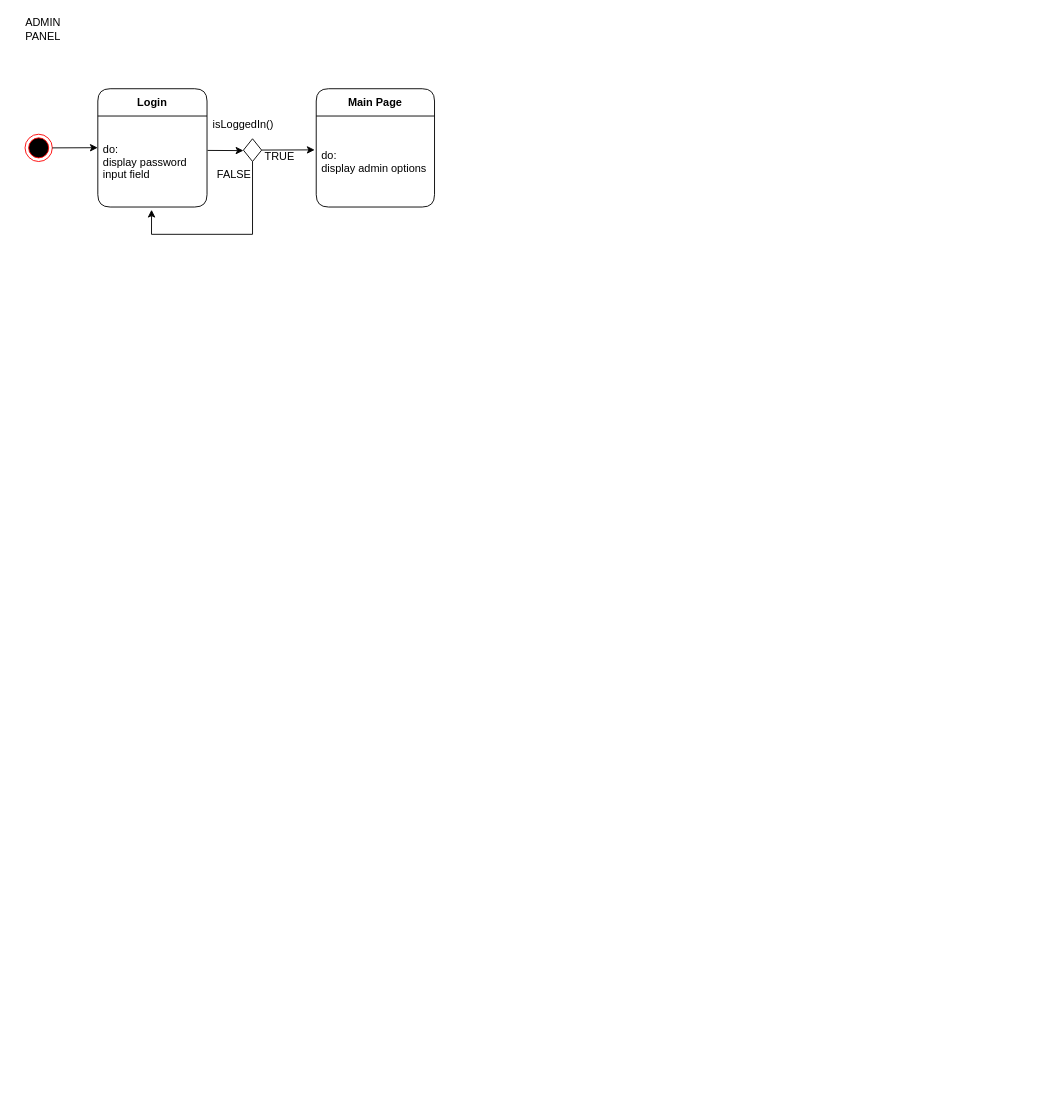
The draw.io diagram TypeRacerAdminState.drawio in muratcanakcay/PW-SE1-TypeRacer, before the edit. Source tidied: cells renumbered, new cells numbered last; positions are measured from the earlier drawing's top-left corner, leaving out a move shared by most shapes. Both pictures are drawn from the tidied source at 91%, with x=0, y=0 at pixel (15, 15).
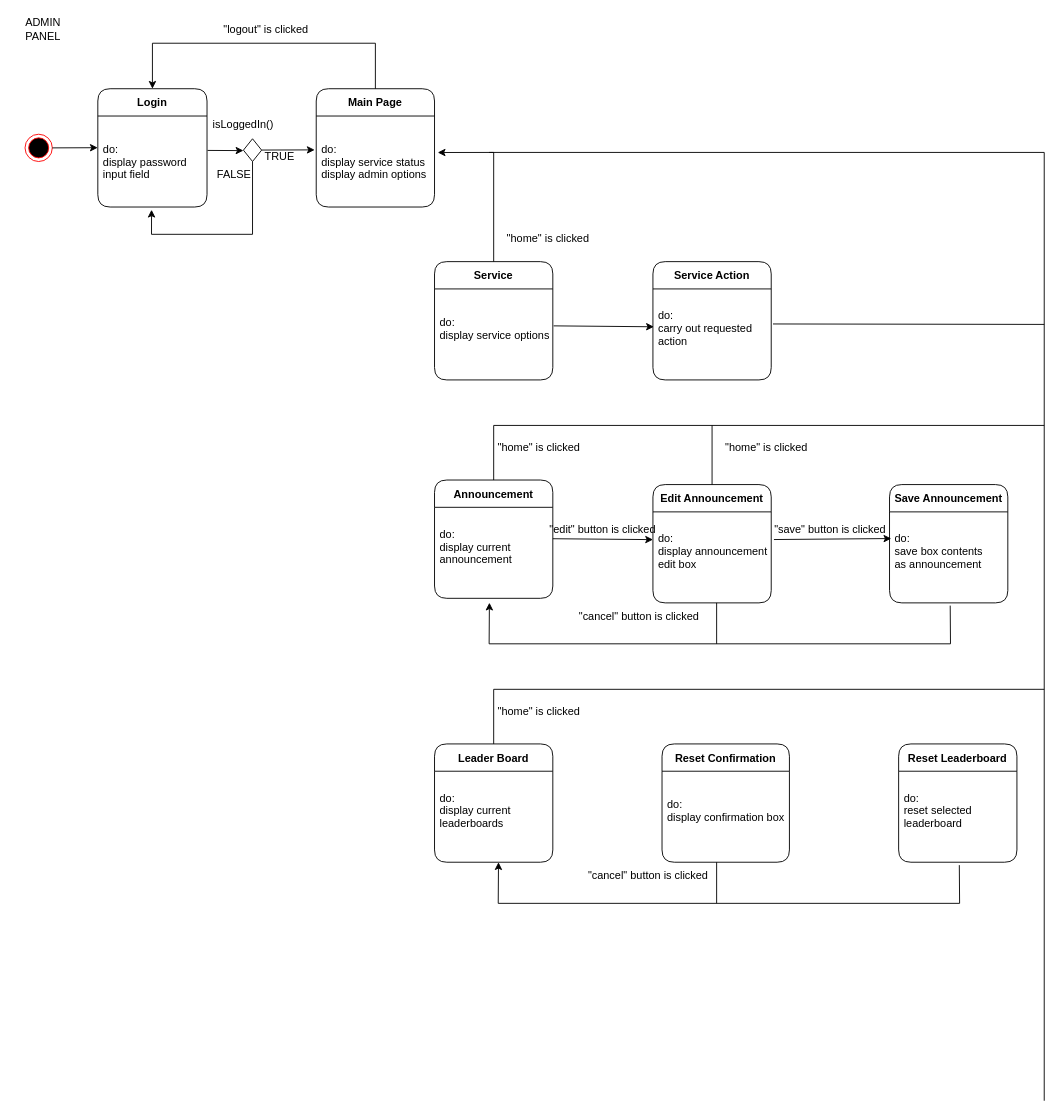
The same page after the edit.

The change refers to these unchanged cells:
```xml
<mxCell id="3" value="Login" style="swimlane;fontStyle=1;horizontal=1;startSize=30;rounded=1;" parent="1" vertex="1">
  <mxGeometry x="90" y="80" width="120" height="130" as="geometry" />
</mxCell>
<mxCell id="7" value="Main Page" style="swimlane;fontStyle=1;horizontal=1;startSize=30;rounded=1;" parent="1" vertex="1">
  <mxGeometry x="330" y="80" width="130" height="130" as="geometry" />
</mxCell>
```

Change to the diagram source:
```diff
@@
-    <mxCell id="8" value="do: &#10;display admin options" style="text;strokeColor=none;fillColor=none;align=left;verticalAlign=middle;spacingLeft=4;spacingRight=4;overflow=hidden;points=[[0,0.5],[1,0.5]];portConstraint=eastwest;" parent="7" vertex="1">
+    <mxCell id="8" value="do:&#10;display service status &#10;display admin options" style="text;strokeColor=none;fillColor=none;align=left;verticalAlign=middle;spacingLeft=4;spacingRight=4;overflow=hidden;points=[[0,0.5],[1,0.5]];portConstraint=eastwest;" parent="7" vertex="1">
       <mxGeometry y="30" width="130" height="100" as="geometry" />
     </mxCell>
@@
+    <mxCell id="16" value="Service" style="swimlane;fontStyle=1;horizontal=1;startSize=30;rounded=1;" parent="1" vertex="1">
+      <mxGeometry x="460" y="270" width="130" height="130" as="geometry" />
+    </mxCell>
+    <mxCell id="17" value="do:&#10;display service options&#10;" style="text;strokeColor=none;fillColor=none;align=left;verticalAlign=middle;spacingLeft=4;spacingRight=4;overflow=hidden;points=[[0,0.5],[1,0.5]];portConstraint=eastwest;" parent="16" vertex="1">
+      <mxGeometry y="30" width="130" height="100" as="geometry" />
+    </mxCell>
+    <mxCell id="18" style="endArrow=classic;html=1;rounded=0;exitX=0.5;exitY=0;exitDx=0;exitDy=0;entryX=0.5;entryY=0;entryDx=0;entryDy=0;" parent="1" edge="1" source="7" target="3">
+      <mxGeometry relative="1" as="geometry">
+        <Array as="points">
+          <mxPoint x="395" y="30" />
+          <mxPoint x="150" y="30" />
+        </Array>
+      </mxGeometry>
+    </mxCell>
+    <mxCell id="19" value="&quot;logout&quot; is clicked" style="text;html=1;strokeColor=none;fillColor=none;align=center;verticalAlign=middle;whiteSpace=wrap;rounded=0;" parent="1" vertex="1">
+      <mxGeometry x="190" width="170" height="30" as="geometry" />
+    </mxCell>
+    <mxCell id="20" value="Service Action" style="swimlane;fontStyle=1;horizontal=1;startSize=30;rounded=1;" parent="1" vertex="1">
+      <mxGeometry x="700" y="270" width="130" height="130" as="geometry" />
+    </mxCell>
+    <mxCell id="21" value="do:&#10;carry out requested &#10;action&#10;" style="text;strokeColor=none;fillColor=none;align=left;verticalAlign=middle;spacingLeft=4;spacingRight=4;overflow=hidden;points=[[0,0.5],[1,0.5]];portConstraint=eastwest;" parent="20" vertex="1">
+      <mxGeometry y="30" width="130" height="100" as="geometry" />
+    </mxCell>
+    <mxCell id="22" style="endArrow=classic;html=1;rounded=0;exitX=1.007;exitY=0.406;exitDx=0;exitDy=0;exitPerimeter=0;entryX=0.008;entryY=0.416;entryDx=0;entryDy=0;entryPerimeter=0;" parent="1" edge="1" source="17" target="21">
+      <mxGeometry relative="1" as="geometry" />
+    </mxCell>
+    <mxCell id="23" value="&quot;edit&quot; button is clicked" style="text;html=1;strokeColor=none;fillColor=none;align=center;verticalAlign=middle;whiteSpace=wrap;rounded=0;" parent="1" vertex="1">
+      <mxGeometry x="560" y="550" width="170" height="30" as="geometry" />
+    </mxCell>
+    <mxCell id="24" value="&quot;home&quot; is clicked" style="text;html=1;strokeColor=none;fillColor=none;align=center;verticalAlign=middle;whiteSpace=wrap;rounded=0;" parent="1" vertex="1">
+      <mxGeometry x="500" y="230" width="170" height="30" as="geometry" />
+    </mxCell>
+    <mxCell id="25" style="endArrow=classic;html=1;rounded=0;exitX=0.5;exitY=0;exitDx=0;exitDy=0;entryX=1.027;entryY=0.401;entryDx=0;entryDy=0;entryPerimeter=0;" parent="1" edge="1" source="16" target="8">
+      <mxGeometry relative="1" as="geometry">
+        <Array as="points">
+          <mxPoint x="525" y="150" />
+        </Array>
+      </mxGeometry>
+    </mxCell>
+    <mxCell id="26" style="endArrow=none;html=1;rounded=0;" parent="1" edge="1">
+      <mxGeometry relative="1" as="geometry">
+        <mxPoint x="1130" y="1192.1" as="sourcePoint" />
+        <mxPoint x="520" y="150" as="targetPoint" />
+        <Array as="points">
+          <mxPoint x="1130" y="150" />
+        </Array>
+      </mxGeometry>
+    </mxCell>
+    <mxCell id="27" style="endArrow=none;html=1;rounded=0;exitX=1.015;exitY=0.385;exitDx=0;exitDy=0;exitPerimeter=0;" parent="1" edge="1" source="21">
+      <mxGeometry relative="1" as="geometry">
+        <mxPoint x="1130" y="339" as="targetPoint" />
+      </mxGeometry>
+    </mxCell>
+    <mxCell id="28" value="Announcement" style="swimlane;fontStyle=1;horizontal=1;startSize=30;rounded=1;" parent="1" vertex="1">
+      <mxGeometry x="460" y="510" width="130" height="130" as="geometry" />
+    </mxCell>
+    <mxCell id="29" value="do:&#10;display current &#10;announcement&#10;" style="text;strokeColor=none;fillColor=none;align=left;verticalAlign=middle;spacingLeft=4;spacingRight=4;overflow=hidden;points=[[0,0.5],[1,0.5]];portConstraint=eastwest;" parent="28" vertex="1">
+      <mxGeometry y="30" width="130" height="100" as="geometry" />
+    </mxCell>
+    <mxCell id="30" style="endArrow=none;html=1;rounded=0;exitX=0.5;exitY=0;exitDx=0;exitDy=0;" parent="1" edge="1" source="28">
+      <mxGeometry relative="1" as="geometry">
+        <mxPoint x="1130" y="450" as="targetPoint" />
+        <Array as="points">
+          <mxPoint x="525" y="450" />
+        </Array>
+      </mxGeometry>
+    </mxCell>
+    <mxCell id="31" value="&quot;home&quot; is clicked" style="text;html=1;strokeColor=none;fillColor=none;align=center;verticalAlign=middle;whiteSpace=wrap;rounded=0;" parent="1" vertex="1">
+      <mxGeometry x="490" y="460" width="170" height="30" as="geometry" />
+    </mxCell>
+    <mxCell id="32" value="Edit Announcement" style="swimlane;fontStyle=1;horizontal=1;startSize=30;rounded=1;" parent="1" vertex="1">
+      <mxGeometry x="700" y="515" width="130" height="130" as="geometry" />
+    </mxCell>
+    <mxCell id="33" value="do:&#10;display announcement &#10;edit box&#10;" style="text;strokeColor=none;fillColor=none;align=left;verticalAlign=middle;spacingLeft=4;spacingRight=4;overflow=hidden;points=[[0,0.5],[1,0.5]];portConstraint=eastwest;" parent="32" vertex="1">
+      <mxGeometry y="30" width="130" height="100" as="geometry" />
+    </mxCell>
+    <mxCell id="34" style="endArrow=classic;html=1;rounded=0;exitX=1.007;exitY=0.406;exitDx=0;exitDy=0;exitPerimeter=0;entryX=0.008;entryY=0.416;entryDx=0;entryDy=0;entryPerimeter=0;" parent="1" edge="1">
+      <mxGeometry relative="1" as="geometry">
+        <mxPoint x="590" y="574.5" as="sourcePoint" />
+        <mxPoint x="700.1" y="575.5" as="targetPoint" />
+      </mxGeometry>
+    </mxCell>
+    <mxCell id="35" value="Save Announcement" style="swimlane;fontStyle=1;horizontal=1;startSize=30;rounded=1;" parent="1" vertex="1">
+      <mxGeometry x="960" y="515" width="130" height="130" as="geometry" />
+    </mxCell>
+    <mxCell id="36" value="do:&#10;save box contents&#10;as announcement&#10;" style="text;strokeColor=none;fillColor=none;align=left;verticalAlign=middle;spacingLeft=4;spacingRight=4;overflow=hidden;points=[[0,0.5],[1,0.5]];portConstraint=eastwest;" parent="35" vertex="1">
+      <mxGeometry y="30" width="130" height="100" as="geometry" />
+    </mxCell>
+    <mxCell id="37" style="endArrow=classic;html=1;rounded=0;exitX=1.023;exitY=0.304;exitDx=0;exitDy=0;exitPerimeter=0;entryX=0.015;entryY=0.293;entryDx=0;entryDy=0;entryPerimeter=0;" parent="1" edge="1" source="33" target="36">
+      <mxGeometry relative="1" as="geometry" />
+    </mxCell>
+    <mxCell id="38" value="&quot;save&quot; button is clicked" style="text;html=1;strokeColor=none;fillColor=none;align=center;verticalAlign=middle;whiteSpace=wrap;rounded=0;" parent="1" vertex="1">
+      <mxGeometry x="810" y="550" width="170" height="30" as="geometry" />
+    </mxCell>
+    <mxCell id="39" value="&quot;home&quot; is clicked" style="text;html=1;strokeColor=none;fillColor=none;align=center;verticalAlign=middle;whiteSpace=wrap;rounded=0;" parent="1" vertex="1">
+      <mxGeometry x="740" y="460" width="170" height="30" as="geometry" />
+    </mxCell>
+    <mxCell id="40" style="endArrow=none;html=1;rounded=0;entryX=0.5;entryY=0;entryDx=0;entryDy=0;" parent="1" edge="1" target="32">
+      <mxGeometry relative="1" as="geometry">
+        <mxPoint x="765" y="450" as="sourcePoint" />
+      </mxGeometry>
+    </mxCell>
+    <mxCell id="41" style="endArrow=classic;html=1;rounded=0;entryX=0.464;entryY=1.048;entryDx=0;entryDy=0;entryPerimeter=0;exitX=0.513;exitY=1.03;exitDx=0;exitDy=0;exitPerimeter=0;" parent="1" edge="1" source="36" target="29">
+      <mxGeometry relative="1" as="geometry">
+        <Array as="points">
+          <mxPoint x="1027" y="690" />
+          <mxPoint x="520" y="690" />
+        </Array>
+      </mxGeometry>
+    </mxCell>
+    <mxCell id="42" value="&quot;cancel&quot; button is clicked" style="text;html=1;strokeColor=none;fillColor=none;align=center;verticalAlign=middle;whiteSpace=wrap;rounded=0;" parent="1" vertex="1">
+      <mxGeometry x="600" y="645" width="170" height="30" as="geometry" />
+    </mxCell>
+    <mxCell id="43" value="Leader Board" style="swimlane;fontStyle=1;horizontal=1;startSize=30;rounded=1;" parent="1" vertex="1">
+      <mxGeometry x="460" y="800" width="130" height="130" as="geometry" />
+    </mxCell>
+    <mxCell id="44" value="do:&#10;display current &#10;leaderboards&#10;" style="text;strokeColor=none;fillColor=none;align=left;verticalAlign=middle;spacingLeft=4;spacingRight=4;overflow=hidden;" parent="43" vertex="1">
+      <mxGeometry y="30" width="130" height="100" as="geometry" />
+    </mxCell>
+    <mxCell id="45" value="Reset Confirmation" style="swimlane;fontStyle=1;horizontal=1;startSize=30;rounded=1;" parent="1" vertex="1">
+      <mxGeometry x="710" y="800" width="140" height="130" as="geometry" />
+    </mxCell>
+    <mxCell id="46" value="do:&#10;display confirmation box&#10;" style="text;strokeColor=none;fillColor=none;align=left;verticalAlign=middle;spacingLeft=4;spacingRight=4;overflow=hidden;" parent="45" vertex="1">
+      <mxGeometry y="30" width="140" height="100" as="geometry" />
+    </mxCell>
+    <mxCell id="47" value="Reset Leaderboard" style="swimlane;fontStyle=1;horizontal=1;startSize=30;rounded=1;" parent="1" vertex="1">
+      <mxGeometry x="970" y="800" width="130" height="130" as="geometry" />
+    </mxCell>
+    <mxCell id="48" value="do:&#10;reset selected &#10;leaderboard&#10;" style="text;strokeColor=none;fillColor=none;align=left;verticalAlign=middle;spacingLeft=4;spacingRight=4;overflow=hidden;" parent="47" vertex="1">
+      <mxGeometry y="30" width="130" height="100" as="geometry" />
+    </mxCell>
+    <mxCell id="49" style="endArrow=classic;html=1;rounded=0;entryX=0.464;entryY=1.048;entryDx=0;entryDy=0;entryPerimeter=0;exitX=0.513;exitY=1.03;exitDx=0;exitDy=0;exitPerimeter=0;" parent="1" edge="1">
+      <mxGeometry relative="1" as="geometry">
+        <mxPoint x="1036.7" y="933.2" as="sourcePoint" />
+        <mxPoint x="530.3" y="930" as="targetPoint" />
+        <Array as="points">
+          <mxPoint x="1037" y="975.2" />
+          <mxPoint x="530" y="975.2" />
+        </Array>
+      </mxGeometry>
+    </mxCell>
+    <mxCell id="50" style="endArrow=none;html=1;rounded=0;exitX=0.5;exitY=0;exitDx=0;exitDy=0;" parent="1" edge="1">
+      <mxGeometry relative="1" as="geometry">
+        <mxPoint x="525" y="800" as="sourcePoint" />
+        <mxPoint x="1130" y="740" as="targetPoint" />
+        <Array as="points">
+          <mxPoint x="525" y="740" />
+        </Array>
+      </mxGeometry>
+    </mxCell>
+    <mxCell id="51" value="&quot;home&quot; is clicked" style="text;html=1;strokeColor=none;fillColor=none;align=center;verticalAlign=middle;whiteSpace=wrap;rounded=0;" parent="1" vertex="1">
+      <mxGeometry x="490" y="750" width="170" height="30" as="geometry" />
+    </mxCell>
+    <mxCell id="52" value="&quot;cancel&quot; button is clicked" style="text;html=1;strokeColor=none;fillColor=none;align=center;verticalAlign=middle;whiteSpace=wrap;rounded=0;" parent="1" vertex="1">
+      <mxGeometry x="610" y="930" width="170" height="30" as="geometry" />
+    </mxCell>
+    <mxCell id="53" style="endArrow=none;html=1;rounded=0;exitX=1;exitY=0;exitDx=0;exitDy=0;" parent="1" edge="1" source="42">
+      <mxGeometry relative="1" as="geometry">
+        <mxPoint x="770" y="690" as="targetPoint" />
+      </mxGeometry>
+    </mxCell>
+    <mxCell id="54" style="endArrow=none;html=1;rounded=0;exitX=1;exitY=0;exitDx=0;exitDy=0;" parent="1" edge="1">
+      <mxGeometry relative="1" as="geometry">
+        <mxPoint x="770" y="930" as="sourcePoint" />
+        <mxPoint x="770" y="975" as="targetPoint" />
+      </mxGeometry>
+    </mxCell>
```
